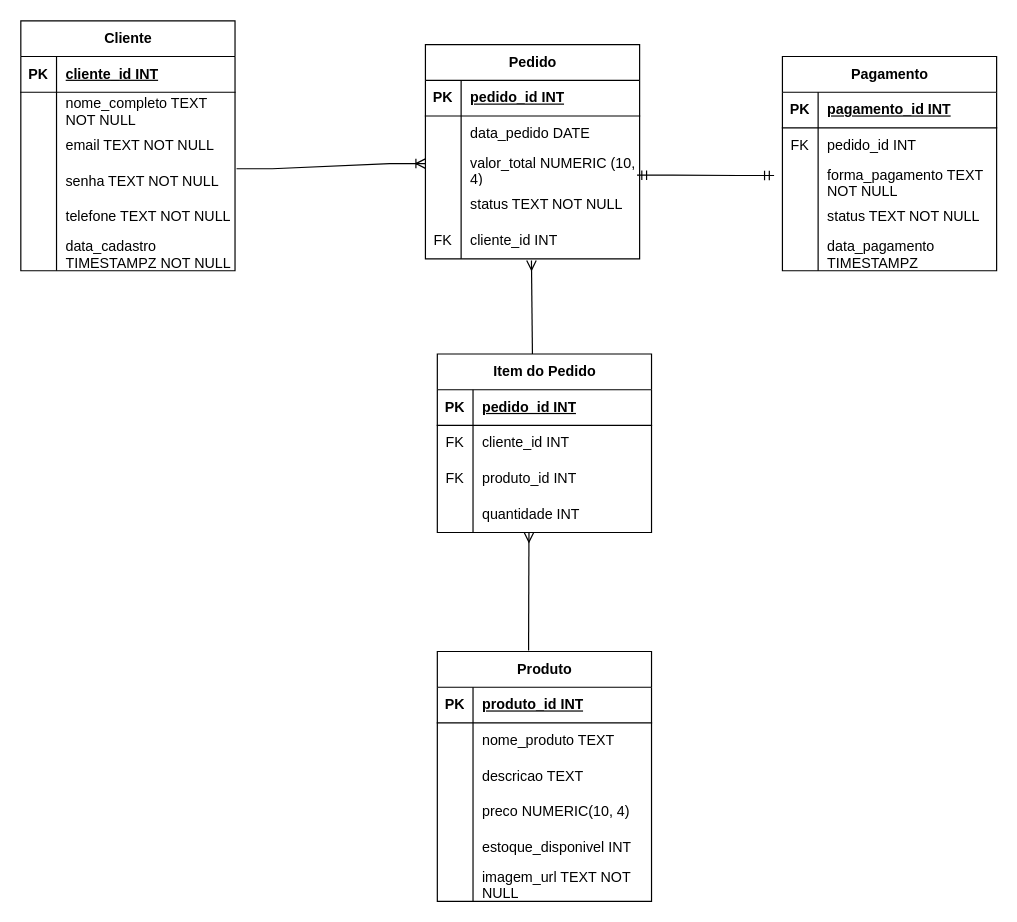
The draw.io diagram page "Cópia do Página-4" (5 of 5) of Modelagem/Exemplo vini diagrama.drawio in obamapresidente01/Projeto-E-commerce, before the edit. Source tidied: cells renumbered, new cells numbered last; positions are measured from the earlier drawing's top-left corner, leaving out a move shared by most shapes. Both pictures are drawn from the tidied source at 119%, with x=0, y=0 at pixel (-4, 20).
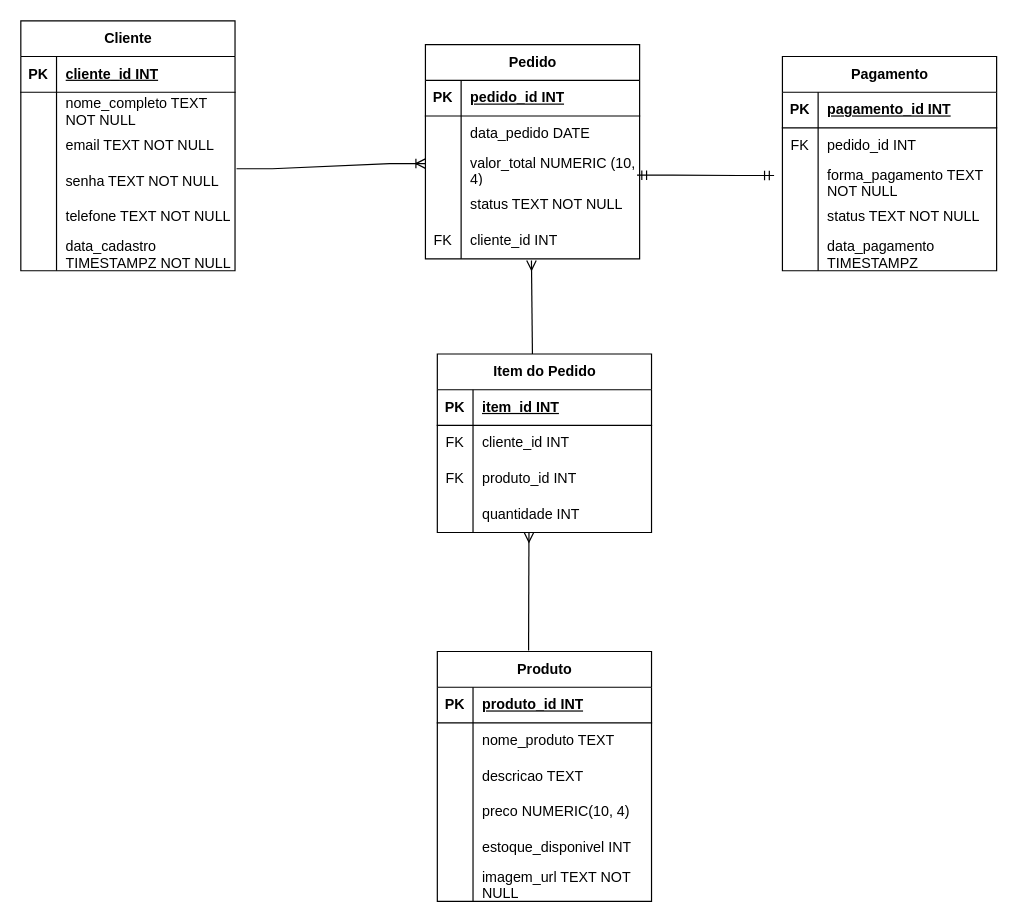
After the change.

Commit message:
modelo atualizado

The change refers to these unchanged cells:
```xml
<mxCell id="58" style="shape=tableRow;horizontal=0;startSize=0;swimlaneHead=0;swimlaneBody=0;fillColor=none;top=0;left=0;right=0;bottom=1;" parent="57" vertex="1">
  <mxGeometry y="30" width="180" height="30" as="geometry" />
</mxCell>
```

The edit, as a diff of the source:
```diff
@@
-    <mxCell id="60" value="pedido_id INT" style="shape=partialRectangle;fillColor=none;top=0;left=0;bottom=0;right=0;align=left;spacingLeft=6;fontStyle=5;overflow=hidden;whiteSpace=wrap;html=1;" parent="58" vertex="1">
+    <mxCell id="60" value="item_id INT" style="shape=partialRectangle;fillColor=none;top=0;left=0;bottom=0;right=0;align=left;spacingLeft=6;fontStyle=5;overflow=hidden;whiteSpace=wrap;html=1;" parent="58" vertex="1">
       <mxGeometry x="30" width="150" height="30" as="geometry" />
     </mxCell>
```
